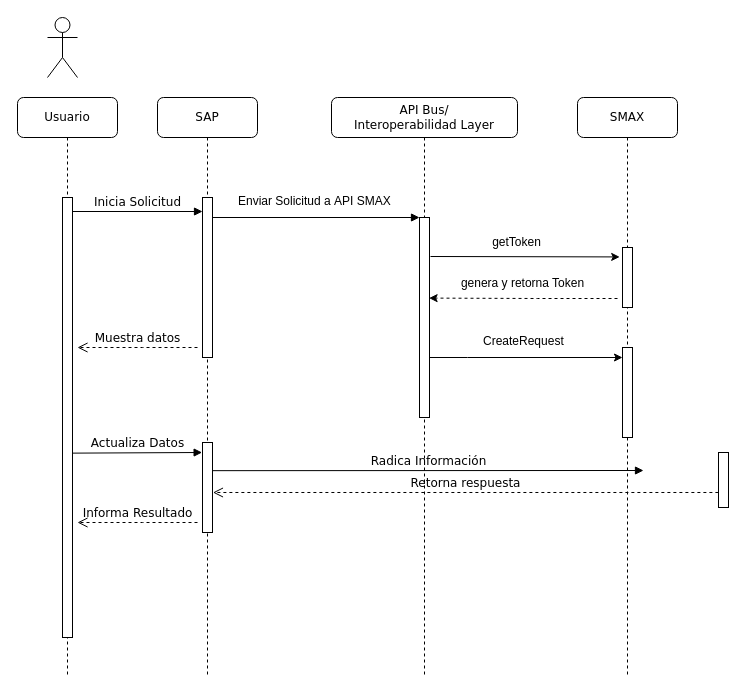
Earlier version of the draw.io diagram smax-sap.drawio (carlosvalderrama1204/diagrams). Source tidied: cells renumbered, new cells numbered last; positions are measured from the earlier drawing's top-left corner, leaving out a move shared by most shapes. Both pictures are drawn from the tidied source at 100%, with x=0, y=0 at pixel (17, 17).
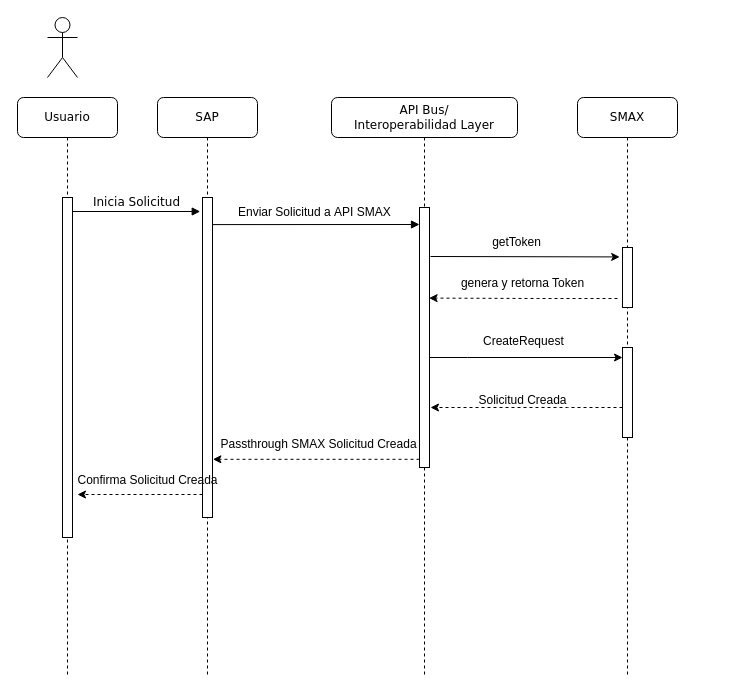
The same diagram, later.

Unchanged cells that the change refers to:
```xml
<mxCell id="2" value="SAP" style="shape=umlLifeline;perimeter=lifelinePerimeter;whiteSpace=wrap;html=1;rounded=1;shadow=0;comic=0;labelBackgroundColor=none;strokeWidth=1;fontFamily=Verdana;fontSize=12;align=center;" parent="1" vertex="1">
  <mxGeometry x="140" y="80" width="100" height="580" as="geometry" />
</mxCell>
<mxCell id="5" value="API Bus/&lt;div&gt;Interoperabilidad Layer&lt;/div&gt;" style="shape=umlLifeline;perimeter=lifelinePerimeter;whiteSpace=wrap;html=1;rounded=1;shadow=0;comic=0;labelBackgroundColor=none;strokeWidth=1;fontFamily=Verdana;fontSize=12;align=center;" parent="1" vertex="1">
  <mxGeometry x="314" y="80" width="186" height="580" as="geometry" />
</mxCell>
<mxCell id="10" style="html=1;points=[];perimeter=orthogonalPerimeter;rounded=0;shadow=0;comic=0;labelBackgroundColor=none;strokeWidth=1;fontFamily=Verdana;fontSize=12;align=center;" parent="8" vertex="1">
  <mxGeometry x="45" y="250" width="10" height="90" as="geometry" />
</mxCell>
<mxCell id="11" value="Usuario" style="shape=umlLifeline;perimeter=lifelinePerimeter;whiteSpace=wrap;html=1;rounded=1;shadow=0;comic=0;labelBackgroundColor=none;strokeWidth=1;fontFamily=Verdana;fontSize=12;align=center;" parent="1" vertex="1">
  <mxGeometry y="80" width="100" height="580" as="geometry" />
</mxCell>
```

Change to the diagram source:
```diff
@@
     <mxCell id="3" style="html=1;points=[];perimeter=orthogonalPerimeter;rounded=0;shadow=0;comic=0;labelBackgroundColor=none;strokeWidth=1;fontFamily=Verdana;fontSize=12;align=center;" parent="2" vertex="1">
-      <mxGeometry x="45" y="100" width="10" height="160" as="geometry" />
+      <mxGeometry x="45" y="100" width="10" height="320" as="geometry" />
     </mxCell>
-    <mxCell id="4" style="html=1;points=[];perimeter=orthogonalPerimeter;rounded=0;shadow=0;comic=0;labelBackgroundColor=none;strokeWidth=1;fontFamily=Verdana;fontSize=12;align=center;" parent="2" vertex="1">
-      <mxGeometry x="45" y="345" width="10" height="90" as="geometry" />
-    </mxCell>
+    <mxCell id="15" style="html=1;verticalAlign=bottom;endArrow=block;entryX=0;entryY=0;labelBackgroundColor=none;fontFamily=Verdana;fontSize=12;edgeStyle=elbowEdgeStyle;elbow=vertical;" parent="2" edge="1">
+      <mxGeometry x="0.27" y="10" relative="1" as="geometry">
+        <mxPoint x="55" y="127.1" as="sourcePoint" />
+        <mxPoint x="262" y="127" as="targetPoint" />
+      </mxGeometry>
+    </mxCell>
@@
     <mxCell id="6" style="html=1;points=[];perimeter=orthogonalPerimeter;rounded=0;shadow=0;comic=0;labelBackgroundColor=none;strokeWidth=1;fontFamily=Verdana;fontSize=12;align=center;" parent="5" vertex="1">
-      <mxGeometry x="88" y="120" width="10" height="200" as="geometry" />
+      <mxGeometry x="88" y="110" width="10" height="260" as="geometry" />
     </mxCell>
@@
     <mxCell id="12" style="html=1;points=[];perimeter=orthogonalPerimeter;rounded=0;shadow=0;comic=0;labelBackgroundColor=none;strokeWidth=1;fontFamily=Verdana;fontSize=12;align=center;" parent="11" vertex="1">
-      <mxGeometry x="45" y="100" width="10" height="440" as="geometry" />
+      <mxGeometry x="45" y="100" width="10" height="340" as="geometry" />
     </mxCell>
-    <mxCell id="13" style="html=1;points=[];perimeter=orthogonalPerimeter;rounded=0;shadow=0;comic=0;labelBackgroundColor=none;strokeWidth=1;fontFamily=Verdana;fontSize=12;align=center;" parent="1" vertex="1">
-      <mxGeometry x="701" y="435" width="10" height="55" as="geometry" />
-    </mxCell>
-    <mxCell id="14" value="Inicia Solicitud" style="html=1;verticalAlign=bottom;endArrow=block;labelBackgroundColor=none;fontFamily=Verdana;fontSize=12;edgeStyle=elbowEdgeStyle;elbow=vertical;entryX=0.002;entryY=0.085;entryDx=0;entryDy=0;entryPerimeter=0;" parent="1" edge="1" target="3">
+    <mxCell id="14" value="Inicia Solicitud" style="html=1;verticalAlign=bottom;endArrow=block;labelBackgroundColor=none;fontFamily=Verdana;fontSize=12;edgeStyle=elbowEdgeStyle;elbow=vertical;entryX=-0.226;entryY=0.041;entryDx=0;entryDy=0;entryPerimeter=0;" parent="1" edge="1" target="3">
       <mxGeometry relative="1" as="geometry">
         <mxPoint x="55" y="194" as="sourcePoint" />
         <Array as="points">
           <mxPoint x="100" y="194" />
         </Array>
       </mxGeometry>
     </mxCell>
-    <mxCell id="15" style="html=1;verticalAlign=bottom;endArrow=block;entryX=0;entryY=0;labelBackgroundColor=none;fontFamily=Verdana;fontSize=12;edgeStyle=elbowEdgeStyle;elbow=vertical;" parent="1" edge="1" source="3" target="6">
-      <mxGeometry x="0.27" y="10" relative="1" as="geometry" />
-    </mxCell>
-    <mxCell id="16" value="Retorna respuesta" style="html=1;verticalAlign=bottom;endArrow=open;dashed=1;endSize=8;labelBackgroundColor=none;fontFamily=Verdana;fontSize=12;edgeStyle=elbowEdgeStyle;elbow=vertical;entryX=1.043;entryY=0.554;entryDx=0;entryDy=0;entryPerimeter=0;exitX=-0.012;exitY=0.727;exitDx=0;exitDy=0;exitPerimeter=0;" parent="1" edge="1" source="13" target="4">
-      <mxGeometry relative="1" as="geometry">
-        <Array as="points">
-          <mxPoint x="550" y="475" />
-          <mxPoint x="490" y="465" />
-          <mxPoint x="620" y="465" />
-          <mxPoint x="430" y="355" />
-          <mxPoint x="460" y="355" />
-        </Array>
-      </mxGeometry>
-    </mxCell>
-    <mxCell id="17" value="Muestra datos" style="html=1;verticalAlign=bottom;endArrow=open;dashed=1;endSize=8;labelBackgroundColor=none;fontFamily=Verdana;fontSize=12;edgeStyle=elbowEdgeStyle;elbow=vertical;" parent="1" edge="1">
-      <mxGeometry relative="1" as="geometry">
-        <mxPoint x="180" y="330" as="sourcePoint" />
-        <mxPoint x="60" y="330" as="targetPoint" />
-        <Array as="points">
-          <mxPoint x="135" y="330" />
-          <mxPoint x="165" y="330" />
-        </Array>
-      </mxGeometry>
-    </mxCell>
-    <mxCell id="18" value="Actualiza Datos" style="html=1;verticalAlign=bottom;endArrow=block;labelBackgroundColor=none;fontFamily=Verdana;fontSize=12;edgeStyle=elbowEdgeStyle;elbow=vertical;exitX=1.044;exitY=0.581;exitDx=0;exitDy=0;exitPerimeter=0;entryX=-0.037;entryY=0.114;entryDx=0;entryDy=0;entryPerimeter=0;" parent="1" edge="1" source="12" target="4">
-      <mxGeometry relative="1" as="geometry" />
-    </mxCell>
-    <mxCell id="19" value="Radica Información" style="html=1;verticalAlign=bottom;endArrow=block;labelBackgroundColor=none;fontFamily=Verdana;fontSize=12;edgeStyle=elbowEdgeStyle;elbow=vertical;exitX=1.012;exitY=0.313;exitDx=0;exitDy=0;exitPerimeter=0;" parent="1" edge="1" source="4">
-      <mxGeometry relative="1" as="geometry">
-        <mxPoint x="626" y="453" as="targetPoint" />
-        <Array as="points">
-          <mxPoint x="615" y="453" />
-        </Array>
-      </mxGeometry>
-    </mxCell>
-    <mxCell id="20" value="Informa Resultado" style="html=1;verticalAlign=bottom;endArrow=open;dashed=1;endSize=8;labelBackgroundColor=none;fontFamily=Verdana;fontSize=12;edgeStyle=elbowEdgeStyle;elbow=vertical;" parent="1" edge="1">
-      <mxGeometry relative="1" as="geometry">
-        <mxPoint x="180" y="505" as="sourcePoint" />
-        <mxPoint x="60" y="505" as="targetPoint" />
-        <Array as="points">
-          <mxPoint x="135" y="505" />
-          <mxPoint x="165" y="505" />
-        </Array>
-      </mxGeometry>
-    </mxCell>
@@
-    <mxCell id="22" value="Enviar Solicitud a API SMAX" style="text;whiteSpace=wrap;" parent="1" vertex="1">
-      <mxGeometry x="219" y="170" width="190" height="40" as="geometry" />
-    </mxCell>
@@
+    <mxCell id="28" style="edgeStyle=orthogonalEdgeStyle;rounded=0;jettySize=auto;html=1;dashed=1;" parent="1" edge="1" source="10">
+      <mxGeometry relative="1" as="geometry">
+        <mxPoint x="413" y="390" as="targetPoint" />
+        <Array as="points">
+          <mxPoint x="550" y="390" />
+          <mxPoint x="550" y="390" />
+        </Array>
+      </mxGeometry>
+    </mxCell>
+    <mxCell id="29" value="Solicitud Creada" style="text;html=1;align=center;verticalAlign=middle;strokeColor=none;fillColor=none;" parent="1" vertex="1">
+      <mxGeometry x="450" y="368" width="110" height="30" as="geometry" />
+    </mxCell>
+    <mxCell id="22" value="Enviar Solicitud a API SMAX" style="text;whiteSpace=wrap;" parent="1" vertex="1">
+      <mxGeometry x="219" y="181" width="190" height="40" as="geometry" />
+    </mxCell>
+    <mxCell id="30" style="edgeStyle=orthogonalEdgeStyle;rounded=0;jettySize=auto;html=1;dashed=1;entryX=0.02;entryY=0.994;entryDx=0;entryDy=0;entryPerimeter=0;" parent="1" edge="1" source="6" target="31">
+      <mxGeometry relative="1" as="geometry">
+        <Array as="points">
+          <mxPoint x="218" y="442" />
+        </Array>
+      </mxGeometry>
+    </mxCell>
+    <mxCell id="31" value="Passthrough SMAX Solicitud Creada" style="text;html=1;align=center;verticalAlign=middle;points=[];strokeColor=none;fillColor=none;" parent="1" vertex="1">
+      <mxGeometry x="191" y="412" width="220" height="30" as="geometry" />
+    </mxCell>
+    <mxCell id="32" style="edgeStyle=orthogonalEdgeStyle;rounded=0;orthogonalLoop=1;jettySize=auto;html=1;dashed=1;" parent="1" edge="1">
+      <mxGeometry relative="1" as="geometry">
+        <mxPoint x="185" y="477" as="sourcePoint" />
+        <mxPoint x="60" y="477" as="targetPoint" />
+        <Array as="points">
+          <mxPoint x="120" y="477" />
+          <mxPoint x="120" y="477" />
+        </Array>
+      </mxGeometry>
+    </mxCell>
+    <mxCell id="33" value="Confirma Solicitud Creada" style="text;html=1;align=center;verticalAlign=middle;strokeColor=none;fillColor=none;" parent="1" vertex="1">
+      <mxGeometry x="50" y="447.5" width="160" height="30" as="geometry" />
+    </mxCell>
```
